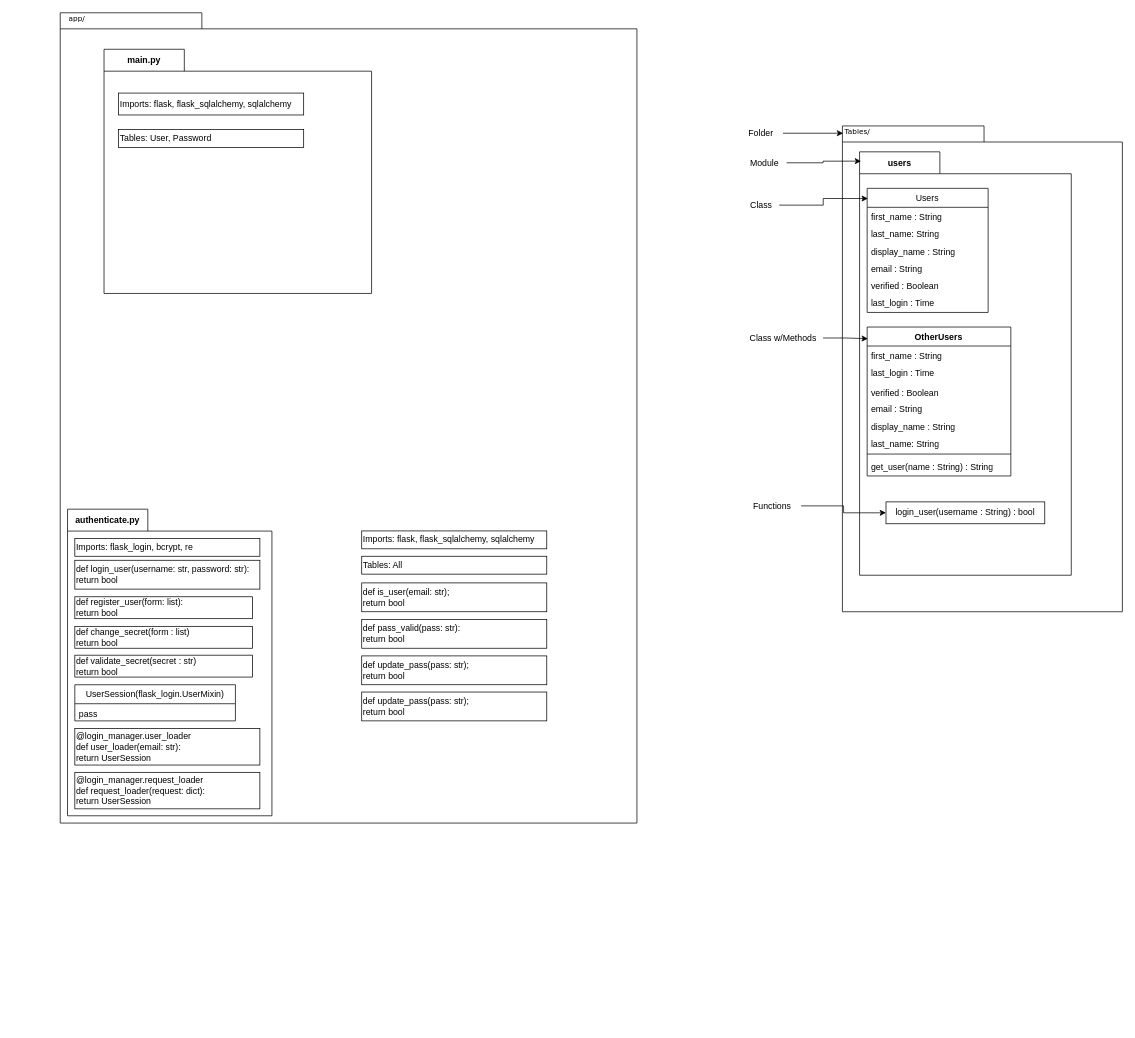
Before: .diagrams/.be/app-folder.drawio in Bilgecrank/hindsite, a draw.io diagram. Source tidied: cells renumbered, new cells numbered last; positions are measured from the earlier drawing's top-left corner, leaving out a move shared by most shapes. Both pictures are drawn from the tidied source at 73%, with x=0, y=0 at pixel (12, 12).
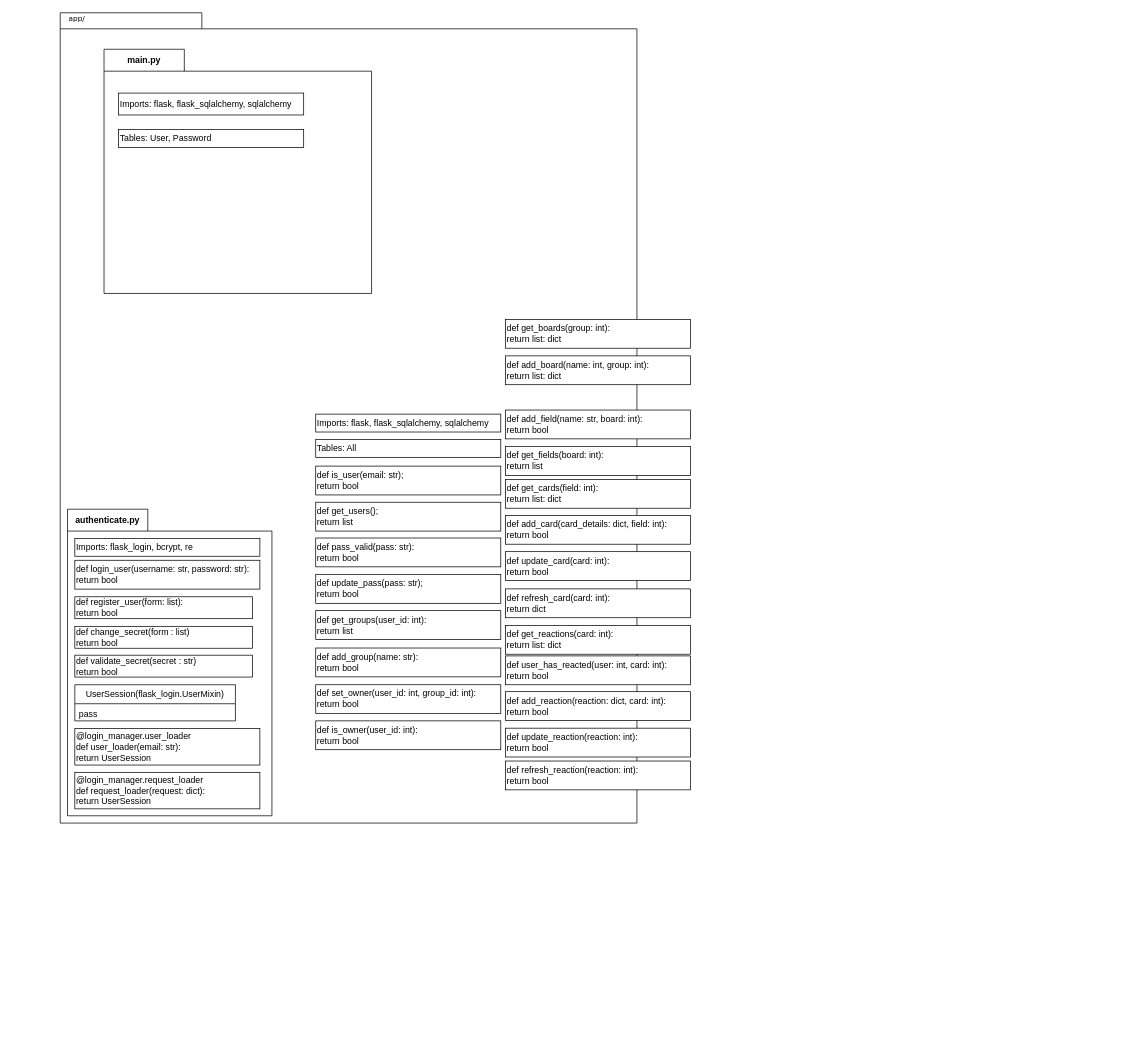
After the change.

What changed in the source:
```diff
@@
-    <mxCell id="6" style="shape=folder;fontStyle=1;spacingTop=10;tabWidth=194;tabHeight=22;tabPosition=left;html=1;rounded=0;shadow=0;comic=0;labelBackgroundColor=none;strokeWidth=1;fillColor=none;fontFamily=Verdana;fontSize=10;align=center;" parent="1" vertex="1">
-      <mxGeometry x="1136.5" y="155" width="383.5" height="665.5" as="geometry" />
-    </mxCell>
-    <mxCell id="7" value="Tables/" style="text;html=1;align=left;verticalAlign=top;spacingTop=-4;fontSize=10;fontFamily=Verdana;" parent="1" vertex="1">
-      <mxGeometry x="1137.5" y="155" width="130" height="20" as="geometry" />
-    </mxCell>
-    <mxCell id="8" value="users" style="shape=folder;fontStyle=1;tabWidth=110;tabHeight=30;tabPosition=left;html=1;boundedLbl=1;labelInHeader=1;whiteSpace=wrap;" parent="1" vertex="1">
-      <mxGeometry x="1160" y="190.5" width="290" height="580" as="geometry" />
-    </mxCell>
-    <mxCell id="9" style="html=1;strokeColor=none;fillColor=none;whiteSpace=wrap;" parent="8" vertex="1">
-      <mxGeometry width="229.81" height="300" relative="1" as="geometry">
-        <mxPoint y="30" as="offset" />
-      </mxGeometry>
-    </mxCell>
-    <mxCell id="10" value="login_user(username : String) : bool" style="html=1;whiteSpace=wrap;" parent="8" vertex="1">
-      <mxGeometry x="36.2" y="479.5" width="217.5" height="30" as="geometry" />
-    </mxCell>
-    <mxCell id="11" value="OtherUsers" style="swimlane;fontStyle=1;align=center;verticalAlign=top;horizontal=1;startSize=26;whiteSpace=wrap;html=1;" parent="8" vertex="1">
-      <mxGeometry x="10.4" y="240" width="196.8" height="204" as="geometry" />
-    </mxCell>
-    <mxCell id="12" value="first_name : String" style="text;strokeColor=none;fillColor=none;align=left;verticalAlign=top;spacingLeft=4;spacingRight=4;overflow=hidden;whiteSpace=wrap;html=1;" parent="11" vertex="1">
-      <mxGeometry y="26" width="196.8" height="23.5" as="geometry" />
-    </mxCell>
-    <mxCell id="13" value="last_login : Time" style="text;strokeColor=none;fillColor=none;align=left;verticalAlign=top;spacingLeft=4;spacingRight=4;overflow=hidden;whiteSpace=wrap;html=1;" parent="11" vertex="1">
-      <mxGeometry y="49.5" width="196.8" height="26.5" as="geometry" />
-    </mxCell>
-    <mxCell id="14" value="verified : Boolean" style="text;strokeColor=none;fillColor=none;align=left;verticalAlign=top;spacingLeft=4;spacingRight=4;overflow=hidden;whiteSpace=wrap;html=1;" parent="11" vertex="1">
-      <mxGeometry y="76" width="196.8" height="23.5" as="geometry" />
-    </mxCell>
-    <mxCell id="15" value="email : String" style="text;strokeColor=none;fillColor=none;align=left;verticalAlign=top;spacingLeft=4;spacingRight=4;overflow=hidden;whiteSpace=wrap;html=1;" parent="11" vertex="1">
-      <mxGeometry y="99.5" width="196.8" height="23.5" as="geometry" />
-    </mxCell>
-    <mxCell id="16" value="display_name : String" style="text;strokeColor=none;fillColor=none;align=left;verticalAlign=top;spacingLeft=4;spacingRight=4;overflow=hidden;whiteSpace=wrap;html=1;" parent="11" vertex="1">
-      <mxGeometry y="123" width="196.8" height="23.5" as="geometry" />
-    </mxCell>
-    <mxCell id="17" value="last_name: String" style="text;strokeColor=none;fillColor=none;align=left;verticalAlign=top;spacingLeft=4;spacingRight=4;overflow=hidden;whiteSpace=wrap;html=1;" parent="11" vertex="1">
-      <mxGeometry y="146.5" width="196.8" height="23.5" as="geometry" />
-    </mxCell>
-    <mxCell id="18" style="line;strokeWidth=1;fillColor=none;align=left;verticalAlign=middle;spacingTop=-1;spacingLeft=3;spacingRight=3;labelPosition=right;strokeColor=inherit;" parent="11" vertex="1">
-      <mxGeometry y="170" width="196.8" height="8" as="geometry" />
-    </mxCell>
-    <mxCell id="19" value="get_user(name : String) : String" style="text;strokeColor=none;fillColor=none;align=left;verticalAlign=top;spacingLeft=4;spacingRight=4;overflow=hidden;whiteSpace=wrap;html=1;" parent="11" vertex="1">
-      <mxGeometry y="178" width="196.8" height="26" as="geometry" />
-    </mxCell>
-    <mxCell id="20" value="Users" style="swimlane;fontStyle=0;horizontal=1;startSize=26;fillColor=none;whiteSpace=wrap;html=1;" parent="8" vertex="1">
-      <mxGeometry x="10.4" y="50" width="165.7" height="170" as="geometry" />
-    </mxCell>
-    <mxCell id="21" value="first_name : String" style="text;strokeColor=none;fillColor=none;align=left;verticalAlign=top;spacingLeft=4;spacingRight=4;overflow=hidden;whiteSpace=wrap;html=1;" parent="20" vertex="1">
-      <mxGeometry y="26" width="165.7" height="23.5" as="geometry" />
-    </mxCell>
-    <mxCell id="22" value="last_name: String" style="text;strokeColor=none;fillColor=none;align=left;verticalAlign=top;spacingLeft=4;spacingRight=4;overflow=hidden;whiteSpace=wrap;html=1;" parent="20" vertex="1">
-      <mxGeometry y="49.5" width="165.7" height="23.5" as="geometry" />
-    </mxCell>
-    <mxCell id="23" value="display_name : String" style="text;strokeColor=none;fillColor=none;align=left;verticalAlign=top;spacingLeft=4;spacingRight=4;overflow=hidden;whiteSpace=wrap;html=1;" parent="20" vertex="1">
-      <mxGeometry y="73" width="165.7" height="23.5" as="geometry" />
-    </mxCell>
-    <mxCell id="24" value="email : String" style="text;strokeColor=none;fillColor=none;align=left;verticalAlign=top;spacingLeft=4;spacingRight=4;overflow=hidden;whiteSpace=wrap;html=1;" parent="20" vertex="1">
-      <mxGeometry y="96.5" width="165.7" height="23.5" as="geometry" />
-    </mxCell>
-    <mxCell id="25" value="verified : Boolean" style="text;strokeColor=none;fillColor=none;align=left;verticalAlign=top;spacingLeft=4;spacingRight=4;overflow=hidden;whiteSpace=wrap;html=1;" parent="20" vertex="1">
-      <mxGeometry y="120" width="165.7" height="23.5" as="geometry" />
-    </mxCell>
-    <mxCell id="26" value="last_login : Time" style="text;strokeColor=none;fillColor=none;align=left;verticalAlign=top;spacingLeft=4;spacingRight=4;overflow=hidden;whiteSpace=wrap;html=1;" parent="20" vertex="1">
-      <mxGeometry y="143.5" width="165.7" height="26.5" as="geometry" />
-    </mxCell>
-    <mxCell id="27" style="edgeStyle=orthogonalEdgeStyle;rounded=0;jettySize=auto;html=1;" parent="1" edge="1" source="28" target="7">
-      <mxGeometry relative="1" as="geometry" />
-    </mxCell>
-    <mxCell id="28" value="Folder" style="text;html=1;strokeColor=none;fillColor=none;align=center;verticalAlign=middle;whiteSpace=wrap;rounded=0;" parent="1" vertex="1">
-      <mxGeometry x="995" y="150" width="60" height="30" as="geometry" />
-    </mxCell>
-    <mxCell id="29" style="edgeStyle=orthogonalEdgeStyle;rounded=0;jettySize=auto;html=1;entryX=0.007;entryY=0.022;entryDx=0;entryDy=0;entryPerimeter=0;" parent="1" edge="1" source="30" target="8">
-      <mxGeometry relative="1" as="geometry" />
-    </mxCell>
-    <mxCell id="30" value="Module" style="text;html=1;strokeColor=none;fillColor=none;align=center;verticalAlign=middle;whiteSpace=wrap;rounded=0;" parent="1" vertex="1">
-      <mxGeometry x="1000" y="190.5" width="60" height="30" as="geometry" />
-    </mxCell>
-    <mxCell id="31" style="edgeStyle=orthogonalEdgeStyle;rounded=0;jettySize=auto;html=1;entryX=0.006;entryY=0.082;entryDx=0;entryDy=0;entryPerimeter=0;" parent="1" edge="1" source="32" target="20">
-      <mxGeometry relative="1" as="geometry" />
-    </mxCell>
-    <mxCell id="32" value="Class" style="text;html=1;align=center;verticalAlign=middle;points=[];strokeColor=none;fillColor=none;" parent="1" vertex="1">
-      <mxGeometry x="1000" y="248.5" width="50" height="30" as="geometry" />
-    </mxCell>
-    <mxCell id="33" style="edgeStyle=orthogonalEdgeStyle;rounded=0;jettySize=auto;html=1;entryX=0.005;entryY=0.078;entryDx=0;entryDy=0;entryPerimeter=0;" parent="1" edge="1" source="34" target="11">
-      <mxGeometry relative="1" as="geometry" />
-    </mxCell>
-    <mxCell id="34" value="Class w/Methods" style="text;html=1;align=center;verticalAlign=middle;points=[];strokeColor=none;fillColor=none;" parent="1" vertex="1">
-      <mxGeometry x="1000" y="430.5" width="110" height="30" as="geometry" />
-    </mxCell>
-    <mxCell id="35" style="edgeStyle=orthogonalEdgeStyle;rounded=0;jettySize=auto;html=1;" parent="1" edge="1" source="36" target="10">
-      <mxGeometry relative="1" as="geometry" />
-    </mxCell>
-    <mxCell id="36" value="Functions" style="text;html=1;align=center;verticalAlign=middle;points=[];strokeColor=none;fillColor=none;" parent="1" vertex="1">
-      <mxGeometry x="1000" y="660.5" width="80" height="30" as="geometry" />
-    </mxCell>
@@
     <mxCell id="51" value="Imports: flask, flask_sqlalchemy, sqlalchemy" style="html=1;whiteSpace=wrap;align=left;" parent="1" vertex="1">
-      <mxGeometry x="478" y="709.8" width="253.5" height="24.5" as="geometry" />
+      <mxGeometry x="415" y="549.8" width="253.5" height="24.5" as="geometry" />
     </mxCell>
     <mxCell id="52" value="Tables: All" style="html=1;whiteSpace=wrap;align=left;" parent="1" vertex="1">
-      <mxGeometry x="478" y="744.5" width="253.5" height="24.5" as="geometry" />
+      <mxGeometry x="415" y="584.5" width="253.5" height="24.5" as="geometry" />
     </mxCell>
     <mxCell id="53" value="def is_user(email: str);&lt;br&gt;return bool" style="html=1;whiteSpace=wrap;align=left;" parent="1" vertex="1">
-      <mxGeometry x="478" y="781" width="253.5" height="39.5" as="geometry" />
+      <mxGeometry x="415" y="621" width="253.5" height="39.5" as="geometry" />
     </mxCell>
     <mxCell id="54" value="def pass_valid(pass: str):&lt;br&gt;return bool" style="html=1;whiteSpace=wrap;align=left;" parent="1" vertex="1">
-      <mxGeometry x="478" y="831" width="253.5" height="39.5" as="geometry" />
+      <mxGeometry x="415" y="719.5" width="253.5" height="39.5" as="geometry" />
     </mxCell>
     <mxCell id="55" value="def update_pass(pass: str);&lt;br&gt;return bool" style="html=1;whiteSpace=wrap;align=left;" parent="1" vertex="1">
-      <mxGeometry x="478" y="881" width="253.5" height="39.5" as="geometry" />
+      <mxGeometry x="415" y="769.5" width="253.5" height="39.5" as="geometry" />
     </mxCell>
-    <mxCell id="56" value="def update_pass(pass: str);&lt;br&gt;return bool" style="html=1;whiteSpace=wrap;align=left;" parent="1" vertex="1">
-      <mxGeometry x="478" y="930.5" width="253.5" height="39.5" as="geometry" />
+    <mxCell id="56" value="def get_groups(user_id: int):&lt;br&gt;return list" style="html=1;whiteSpace=wrap;align=left;" parent="1" vertex="1">
+      <mxGeometry x="415" y="819" width="253.5" height="39.5" as="geometry" />
     </mxCell>
+    <mxCell id="57" value="def get_fields(board: int):&lt;br&gt;return list" style="html=1;whiteSpace=wrap;align=left;" parent="1" vertex="1">
+      <mxGeometry x="675" y="594.2" width="253.5" height="39.5" as="geometry" />
+    </mxCell>
+    <mxCell id="58" value="def get_users();&lt;br&gt;return list" style="html=1;whiteSpace=wrap;align=left;" parent="1" vertex="1">
+      <mxGeometry x="415" y="670.5" width="253.5" height="39.5" as="geometry" />
+    </mxCell>
+    <mxCell id="59" value="def get_cards(field: int):&lt;br&gt;return list: dict" style="html=1;whiteSpace=wrap;align=left;" parent="1" vertex="1">
+      <mxGeometry x="675" y="639.2" width="253.5" height="39.5" as="geometry" />
+    </mxCell>
+    <mxCell id="60" value="def update_card(card: int):&lt;br&gt;return bool" style="html=1;whiteSpace=wrap;align=left;" parent="1" vertex="1">
+      <mxGeometry x="675" y="738.2" width="253.5" height="39.5" as="geometry" />
+    </mxCell>
+    <mxCell id="61" value="def refresh_card(card: int):&lt;br&gt;return dict" style="html=1;whiteSpace=wrap;align=left;" parent="1" vertex="1">
+      <mxGeometry x="675" y="789.2" width="253.5" height="39.5" as="geometry" />
+    </mxCell>
+    <mxCell id="62" value="def get_reactions(card: int):&lt;br&gt;return list: dict" style="html=1;whiteSpace=wrap;align=left;" parent="1" vertex="1">
+      <mxGeometry x="675" y="839.2" width="253.5" height="39.5" as="geometry" />
+    </mxCell>
+    <mxCell id="63" value="def update_reaction(reaction: int):&lt;br&gt;return bool" style="html=1;whiteSpace=wrap;align=left;" parent="1" vertex="1">
+      <mxGeometry x="675" y="980" width="253.5" height="39.5" as="geometry" />
+    </mxCell>
+    <mxCell id="64" value="def refresh_reaction(reaction: int):&lt;br&gt;return bool" style="html=1;whiteSpace=wrap;align=left;" parent="1" vertex="1">
+      <mxGeometry x="675" y="1025" width="253.5" height="39.5" as="geometry" />
+    </mxCell>
+    <mxCell id="65" value="def add_field(name: str, board: int):&lt;br&gt;return bool" style="html=1;whiteSpace=wrap;align=left;" parent="1" vertex="1">
+      <mxGeometry x="675" y="544.2" width="253.5" height="39.5" as="geometry" />
+    </mxCell>
+    <mxCell id="66" value="def add_group(name: str):&lt;br&gt;return bool" style="html=1;whiteSpace=wrap;align=left;" parent="1" vertex="1">
+      <mxGeometry x="415" y="870.2" width="253.5" height="39.5" as="geometry" />
+    </mxCell>
+    <mxCell id="67" value="def add_card(card_details: dict, field: int):&lt;br&gt;return bool" style="html=1;whiteSpace=wrap;align=left;" parent="1" vertex="1">
+      <mxGeometry x="675" y="688.5" width="253.5" height="39.5" as="geometry" />
+    </mxCell>
+    <mxCell id="68" value="def set_owner(user_id: int, group_id: int):&lt;br&gt;return bool" style="html=1;whiteSpace=wrap;align=left;" parent="1" vertex="1">
+      <mxGeometry x="415" y="920.5" width="253.5" height="39.5" as="geometry" />
+    </mxCell>
+    <mxCell id="69" value="def is_owner(user_id: int):&lt;br&gt;return bool" style="html=1;whiteSpace=wrap;align=left;" parent="1" vertex="1">
+      <mxGeometry x="415" y="970" width="253.5" height="39.5" as="geometry" />
+    </mxCell>
+    <mxCell id="70" value="def get_boards(group: int):&lt;br&gt;return list: dict" style="html=1;whiteSpace=wrap;align=left;" parent="1" vertex="1">
+      <mxGeometry x="675" y="420" width="253.5" height="39.5" as="geometry" />
+    </mxCell>
+    <mxCell id="71" value="def add_board(name: int, group: int):&lt;br&gt;return list: dict" style="html=1;whiteSpace=wrap;align=left;" parent="1" vertex="1">
+      <mxGeometry x="675" y="470" width="253.5" height="39.5" as="geometry" />
+    </mxCell>
+    <mxCell id="72" value="def add_reaction(reaction: dict, card: int):&lt;br&gt;return bool" style="html=1;whiteSpace=wrap;align=left;" parent="1" vertex="1">
+      <mxGeometry x="675" y="930" width="253.5" height="39.5" as="geometry" />
+    </mxCell>
+    <mxCell id="73" value="def user_has_reacted(user: int, card: int):&lt;br&gt;return bool" style="html=1;whiteSpace=wrap;align=left;" parent="1" vertex="1">
+      <mxGeometry x="675" y="881" width="253.5" height="39.5" as="geometry" />
+    </mxCell>
```
